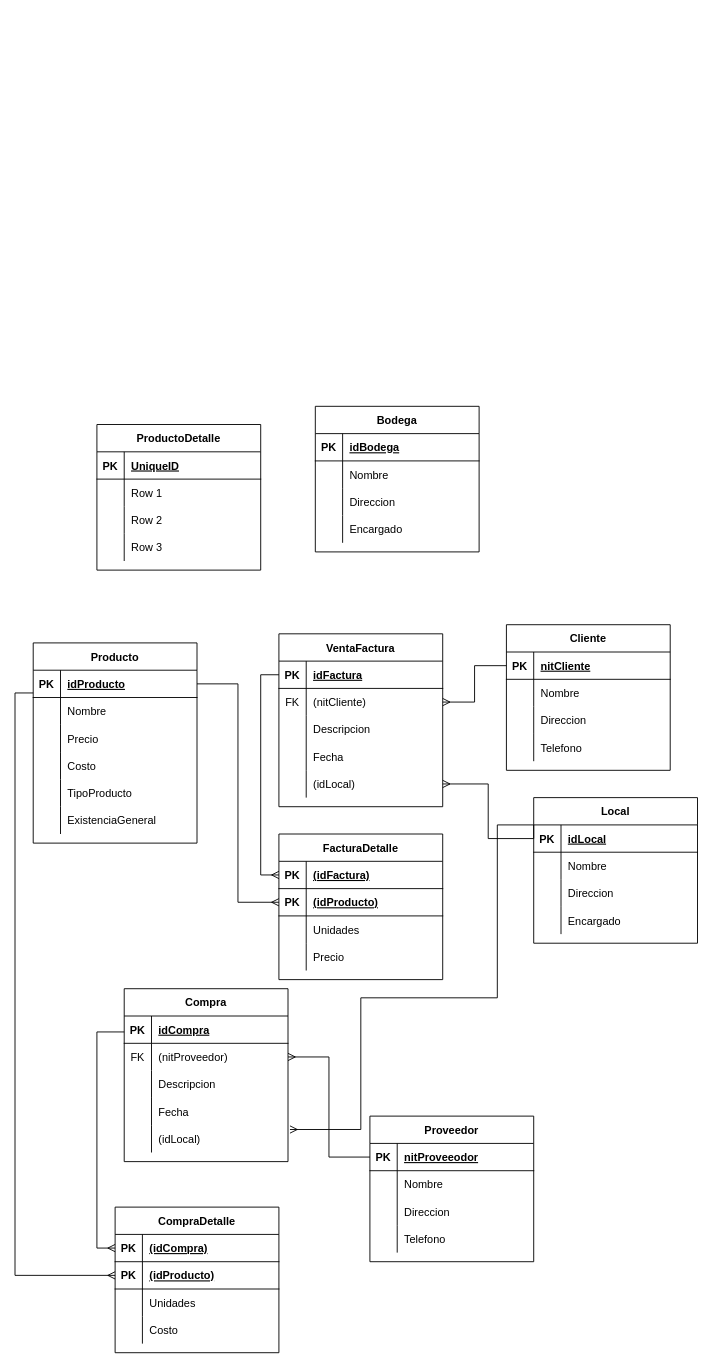
Before: hoja3 (1).drawio in RafaelChocoj/HT3_archiv_ER, a draw.io diagram. Source tidied: cells renumbered, new cells numbered last; positions are measured from the earlier drawing's top-left corner, leaving out a move shared by most shapes. Both pictures are drawn from the tidied source at 91%, with x=0, y=0 at pixel (33, 406).
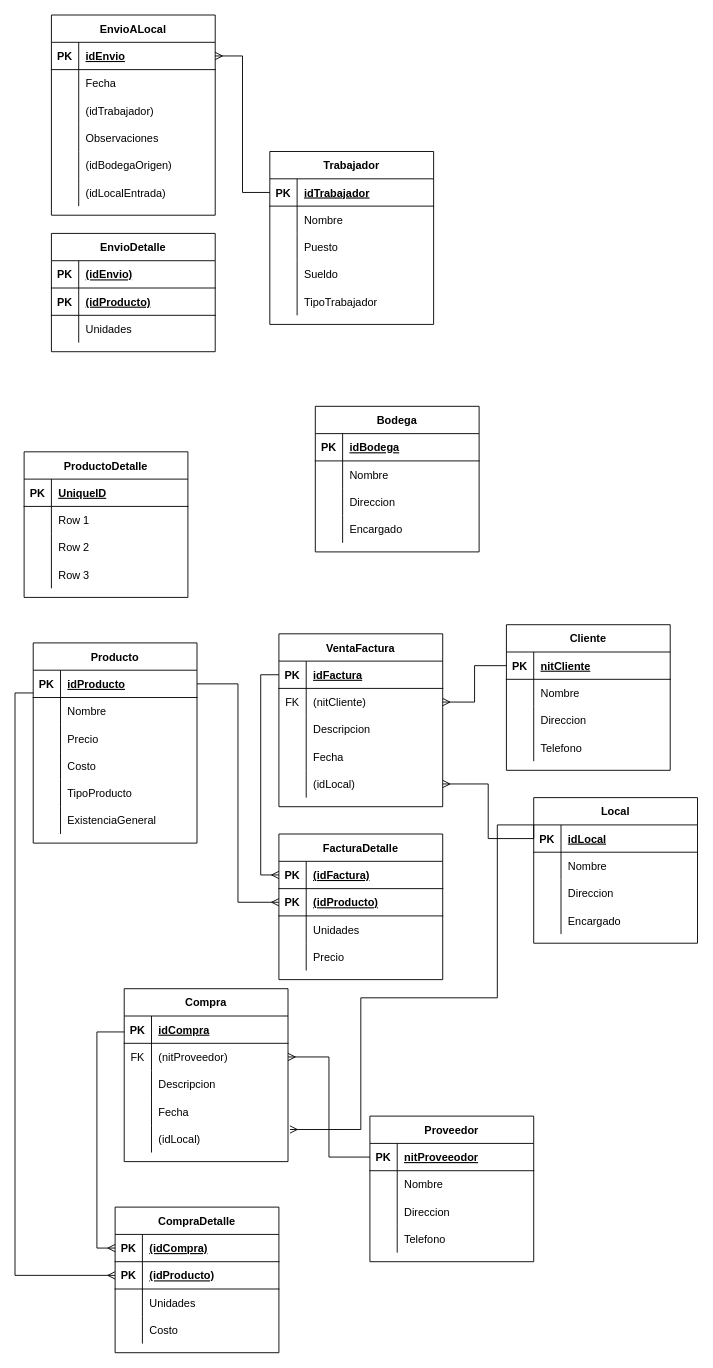
The same diagram, later.

Change to the diagram source:
```diff
@@
+    <mxCell id="139" value="Bodega" style="shape=table;startSize=30;childLayout=tableLayout;rowLines=0;fontStyle=1;align=center;" parent="1" vertex="1">
+      <mxGeometry x="310" width="180" height="160" as="geometry" />
+    </mxCell>
+    <mxCell id="140" style="shape=partialRectangle;fillColor=none;top=0;left=0;bottom=1;right=0;" parent="139" vertex="1">
+      <mxGeometry y="30" width="180" height="30" as="geometry" />
+    </mxCell>
+    <mxCell id="141" value="PK" style="shape=partialRectangle;fillColor=none;top=0;left=0;bottom=0;right=0;fontStyle=1;overflow=hidden;" parent="140" vertex="1">
+      <mxGeometry width="30" height="30" as="geometry" />
+    </mxCell>
+    <mxCell id="142" value="idBodega" style="shape=partialRectangle;fillColor=none;top=0;left=0;bottom=0;right=0;align=left;spacingLeft=6;fontStyle=5;overflow=hidden;" parent="140" vertex="1">
+      <mxGeometry x="30" width="150" height="30" as="geometry" />
+    </mxCell>
+    <mxCell id="143" style="shape=partialRectangle;fillColor=none;top=0;left=0;bottom=0;right=0;" parent="139" vertex="1">
+      <mxGeometry y="60" width="180" height="30" as="geometry" />
+    </mxCell>
+    <mxCell id="144" style="shape=partialRectangle;fillColor=none;top=0;left=0;bottom=0;right=0;overflow=hidden;" parent="143" vertex="1">
+      <mxGeometry width="30" height="30" as="geometry" />
+    </mxCell>
+    <mxCell id="145" value="Nombre" style="shape=partialRectangle;fillColor=none;top=0;left=0;bottom=0;right=0;align=left;spacingLeft=6;overflow=hidden;" parent="143" vertex="1">
+      <mxGeometry x="30" width="150" height="30" as="geometry" />
+    </mxCell>
+    <mxCell id="146" style="shape=partialRectangle;fillColor=none;top=0;left=0;bottom=0;right=0;" parent="139" vertex="1">
+      <mxGeometry y="90" width="180" height="30" as="geometry" />
+    </mxCell>
+    <mxCell id="147" style="shape=partialRectangle;fillColor=none;top=0;left=0;bottom=0;right=0;overflow=hidden;" parent="146" vertex="1">
+      <mxGeometry width="30" height="30" as="geometry" />
+    </mxCell>
+    <mxCell id="148" value="Direccion" style="shape=partialRectangle;fillColor=none;top=0;left=0;bottom=0;right=0;align=left;spacingLeft=6;overflow=hidden;" parent="146" vertex="1">
+      <mxGeometry x="30" width="150" height="30" as="geometry" />
+    </mxCell>
+    <mxCell id="149" style="shape=partialRectangle;fillColor=none;top=0;left=0;bottom=0;right=0;" parent="139" vertex="1">
+      <mxGeometry y="120" width="180" height="30" as="geometry" />
+    </mxCell>
+    <mxCell id="150" style="shape=partialRectangle;fillColor=none;top=0;left=0;bottom=0;right=0;overflow=hidden;" parent="149" vertex="1">
+      <mxGeometry width="30" height="30" as="geometry" />
+    </mxCell>
+    <mxCell id="151" value="Encargado" style="shape=partialRectangle;fillColor=none;top=0;left=0;bottom=0;right=0;align=left;spacingLeft=6;overflow=hidden;" parent="149" vertex="1">
+      <mxGeometry x="30" width="150" height="30" as="geometry" />
+    </mxCell>
     <mxCell id="126" value="ProductoDetalle" style="shape=table;startSize=30;childLayout=tableLayout;rowLines=0;fontStyle=1;align=center;" parent="1" vertex="1">
-      <mxGeometry x="70" y="20" width="180" height="160" as="geometry" />
+      <mxGeometry x="-10" y="50" width="180" height="160" as="geometry" />
     </mxCell>
@@
-    <mxCell id="139" value="Bodega" style="shape=table;startSize=30;childLayout=tableLayout;rowLines=0;fontStyle=1;align=center;" parent="1" vertex="1">
-      <mxGeometry x="310" width="180" height="160" as="geometry" />
-    </mxCell>
-    <mxCell id="140" style="shape=partialRectangle;fillColor=none;top=0;left=0;bottom=1;right=0;" parent="139" vertex="1">
-      <mxGeometry y="30" width="180" height="30" as="geometry" />
-    </mxCell>
-    <mxCell id="141" value="PK" style="shape=partialRectangle;fillColor=none;top=0;left=0;bottom=0;right=0;fontStyle=1;overflow=hidden;" parent="140" vertex="1">
-      <mxGeometry width="30" height="30" as="geometry" />
-    </mxCell>
-    <mxCell id="142" value="idBodega" style="shape=partialRectangle;fillColor=none;top=0;left=0;bottom=0;right=0;align=left;spacingLeft=6;fontStyle=5;overflow=hidden;" parent="140" vertex="1">
-      <mxGeometry x="30" width="150" height="30" as="geometry" />
-    </mxCell>
-    <mxCell id="143" style="shape=partialRectangle;fillColor=none;top=0;left=0;bottom=0;right=0;" parent="139" vertex="1">
-      <mxGeometry y="60" width="180" height="30" as="geometry" />
-    </mxCell>
-    <mxCell id="144" style="shape=partialRectangle;fillColor=none;top=0;left=0;bottom=0;right=0;overflow=hidden;" parent="143" vertex="1">
-      <mxGeometry width="30" height="30" as="geometry" />
-    </mxCell>
-    <mxCell id="145" value="Nombre" style="shape=partialRectangle;fillColor=none;top=0;left=0;bottom=0;right=0;align=left;spacingLeft=6;overflow=hidden;" parent="143" vertex="1">
-      <mxGeometry x="30" width="150" height="30" as="geometry" />
-    </mxCell>
-    <mxCell id="146" style="shape=partialRectangle;fillColor=none;top=0;left=0;bottom=0;right=0;" parent="139" vertex="1">
-      <mxGeometry y="90" width="180" height="30" as="geometry" />
-    </mxCell>
-    <mxCell id="147" style="shape=partialRectangle;fillColor=none;top=0;left=0;bottom=0;right=0;overflow=hidden;" parent="146" vertex="1">
-      <mxGeometry width="30" height="30" as="geometry" />
-    </mxCell>
-    <mxCell id="148" value="Direccion" style="shape=partialRectangle;fillColor=none;top=0;left=0;bottom=0;right=0;align=left;spacingLeft=6;overflow=hidden;" parent="146" vertex="1">
-      <mxGeometry x="30" width="150" height="30" as="geometry" />
-    </mxCell>
-    <mxCell id="149" style="shape=partialRectangle;fillColor=none;top=0;left=0;bottom=0;right=0;" parent="139" vertex="1">
-      <mxGeometry y="120" width="180" height="30" as="geometry" />
-    </mxCell>
-    <mxCell id="150" style="shape=partialRectangle;fillColor=none;top=0;left=0;bottom=0;right=0;overflow=hidden;" parent="149" vertex="1">
-      <mxGeometry width="30" height="30" as="geometry" />
-    </mxCell>
-    <mxCell id="151" value="Encargado" style="shape=partialRectangle;fillColor=none;top=0;left=0;bottom=0;right=0;align=left;spacingLeft=6;overflow=hidden;" parent="149" vertex="1">
-      <mxGeometry x="30" width="150" height="30" as="geometry" />
-    </mxCell>
+    <mxCell id="152" value="Trabajador" style="shape=table;startSize=30;childLayout=tableLayout;rowLines=0;fontStyle=1;align=center;" parent="1" vertex="1">
+      <mxGeometry x="260" y="-280" width="180" height="190" as="geometry" />
+    </mxCell>
+    <mxCell id="153" style="shape=partialRectangle;fillColor=none;top=0;left=0;bottom=1;right=0;points=[[0,0.5],[1,0.5]];portConstraint=eastwest;" parent="152" vertex="1">
+      <mxGeometry y="30" width="180" height="30" as="geometry" />
+    </mxCell>
+    <mxCell id="154" value="PK" style="shape=partialRectangle;fillColor=none;top=0;left=0;bottom=0;right=0;fontStyle=1;overflow=hidden;" parent="153" vertex="1">
+      <mxGeometry width="30" height="30" as="geometry" />
+    </mxCell>
+    <mxCell id="155" value="idTrabajador" style="shape=partialRectangle;fillColor=none;top=0;left=0;bottom=0;right=0;align=left;spacingLeft=6;fontStyle=5;overflow=hidden;" parent="153" vertex="1">
+      <mxGeometry x="30" width="150" height="30" as="geometry" />
+    </mxCell>
+    <mxCell id="156" style="shape=partialRectangle;fillColor=none;top=0;left=0;bottom=0;right=0;" parent="152" vertex="1">
+      <mxGeometry y="60" width="180" height="30" as="geometry" />
+    </mxCell>
+    <mxCell id="157" style="shape=partialRectangle;fillColor=none;top=0;left=0;bottom=0;right=0;overflow=hidden;" parent="156" vertex="1">
+      <mxGeometry width="30" height="30" as="geometry" />
+    </mxCell>
+    <mxCell id="158" value="Nombre" style="shape=partialRectangle;fillColor=none;top=0;left=0;bottom=0;right=0;align=left;spacingLeft=6;overflow=hidden;" parent="156" vertex="1">
+      <mxGeometry x="30" width="150" height="30" as="geometry" />
+    </mxCell>
+    <mxCell id="159" style="shape=partialRectangle;fillColor=none;top=0;left=0;bottom=0;right=0;" parent="152" vertex="1">
+      <mxGeometry y="90" width="180" height="30" as="geometry" />
+    </mxCell>
+    <mxCell id="160" style="shape=partialRectangle;fillColor=none;top=0;left=0;bottom=0;right=0;overflow=hidden;" parent="159" vertex="1">
+      <mxGeometry width="30" height="30" as="geometry" />
+    </mxCell>
+    <mxCell id="161" value="Puesto" style="shape=partialRectangle;fillColor=none;top=0;left=0;bottom=0;right=0;align=left;spacingLeft=6;overflow=hidden;" parent="159" vertex="1">
+      <mxGeometry x="30" width="150" height="30" as="geometry" />
+    </mxCell>
+    <mxCell id="162" style="shape=partialRectangle;fillColor=none;top=0;left=0;bottom=0;right=0;" parent="152" vertex="1">
+      <mxGeometry y="120" width="180" height="30" as="geometry" />
+    </mxCell>
+    <mxCell id="163" style="shape=partialRectangle;fillColor=none;top=0;left=0;bottom=0;right=0;overflow=hidden;" parent="162" vertex="1">
+      <mxGeometry width="30" height="30" as="geometry" />
+    </mxCell>
+    <mxCell id="164" value="Sueldo" style="shape=partialRectangle;fillColor=none;top=0;left=0;bottom=0;right=0;align=left;spacingLeft=6;overflow=hidden;" parent="162" vertex="1">
+      <mxGeometry x="30" width="150" height="30" as="geometry" />
+    </mxCell>
+    <mxCell id="165" style="shape=partialRectangle;fillColor=none;top=0;left=0;bottom=0;right=0;" parent="152" vertex="1">
+      <mxGeometry y="150" width="180" height="30" as="geometry" />
+    </mxCell>
+    <mxCell id="166" style="shape=partialRectangle;fillColor=none;top=0;left=0;bottom=0;right=0;overflow=hidden;" parent="165" vertex="1">
+      <mxGeometry width="30" height="30" as="geometry" />
+    </mxCell>
+    <mxCell id="167" value="TipoTrabajador" style="shape=partialRectangle;fillColor=none;top=0;left=0;bottom=0;right=0;align=left;spacingLeft=6;overflow=hidden;" parent="165" vertex="1">
+      <mxGeometry x="30" width="150" height="30" as="geometry" />
+    </mxCell>
+    <mxCell id="168" style="edgeStyle=orthogonalEdgeStyle;rounded=0;jettySize=auto;html=1;exitX=0;exitY=0.5;exitDx=0;exitDy=0;entryX=1;entryY=0.5;entryDx=0;entryDy=0;endArrow=ERmany;endFill=0;" parent="1" edge="1" source="153" target="180">
+      <mxGeometry relative="1" as="geometry" />
+    </mxCell>
+    <mxCell id="169" value="EnvioDetalle" style="shape=table;startSize=30;childLayout=tableLayout;rowLines=0;fontStyle=1;align=center;" parent="1" vertex="1">
+      <mxGeometry x="20" y="-190" width="180" height="130" as="geometry" />
+    </mxCell>
+    <mxCell id="170" style="shape=partialRectangle;fillColor=none;top=0;left=0;bottom=1;right=0;" parent="169" vertex="1">
+      <mxGeometry y="30" width="180" height="30" as="geometry" />
+    </mxCell>
+    <mxCell id="171" value="PK" style="shape=partialRectangle;fillColor=none;top=0;left=0;bottom=0;right=0;fontStyle=1;overflow=hidden;" parent="170" vertex="1">
+      <mxGeometry width="30" height="30" as="geometry" />
+    </mxCell>
+    <mxCell id="172" value="(idEnvio)" style="shape=partialRectangle;fillColor=none;top=0;left=0;bottom=0;right=0;align=left;spacingLeft=6;fontStyle=5;overflow=hidden;" parent="170" vertex="1">
+      <mxGeometry x="30" width="150" height="30" as="geometry" />
+    </mxCell>
+    <mxCell id="173" style="shape=partialRectangle;fillColor=none;top=0;left=0;bottom=1;right=0;" parent="169" vertex="1">
+      <mxGeometry y="60" width="180" height="30" as="geometry" />
+    </mxCell>
+    <mxCell id="174" value="PK" style="shape=partialRectangle;fillColor=none;top=0;left=0;bottom=0;right=0;fontStyle=1;overflow=hidden;" parent="173" vertex="1">
+      <mxGeometry width="30" height="30" as="geometry" />
+    </mxCell>
+    <mxCell id="175" value="(idProducto)" style="shape=partialRectangle;fillColor=none;top=0;left=0;bottom=0;right=0;align=left;spacingLeft=6;fontStyle=5;overflow=hidden;" parent="173" vertex="1">
+      <mxGeometry x="30" width="150" height="30" as="geometry" />
+    </mxCell>
+    <mxCell id="176" style="shape=partialRectangle;fillColor=none;top=0;left=0;bottom=0;right=0;" parent="169" vertex="1">
+      <mxGeometry y="90" width="180" height="30" as="geometry" />
+    </mxCell>
+    <mxCell id="177" style="shape=partialRectangle;fillColor=none;top=0;left=0;bottom=0;right=0;overflow=hidden;" parent="176" vertex="1">
+      <mxGeometry width="30" height="30" as="geometry" />
+    </mxCell>
+    <mxCell id="178" value="Unidades" style="shape=partialRectangle;fillColor=none;top=0;left=0;bottom=0;right=0;align=left;spacingLeft=6;overflow=hidden;" parent="176" vertex="1">
+      <mxGeometry x="30" width="150" height="30" as="geometry" />
+    </mxCell>
+    <mxCell id="179" value="EnvioALocal" style="shape=table;startSize=30;childLayout=tableLayout;rowLines=0;fontStyle=1;align=center;" parent="1" vertex="1">
+      <mxGeometry x="20" y="-430" width="180" height="220" as="geometry" />
+    </mxCell>
+    <mxCell id="180" style="shape=partialRectangle;fillColor=none;top=0;left=0;bottom=1;right=0;points=[[0,0.5],[1,0.5]];portConstraint=eastwest;" parent="179" vertex="1">
+      <mxGeometry y="30" width="180" height="30" as="geometry" />
+    </mxCell>
+    <mxCell id="181" value="PK" style="shape=partialRectangle;fillColor=none;top=0;left=0;bottom=0;right=0;fontStyle=1;overflow=hidden;" parent="180" vertex="1">
+      <mxGeometry width="30" height="30" as="geometry" />
+    </mxCell>
+    <mxCell id="182" value="idEnvio" style="shape=partialRectangle;fillColor=none;top=0;left=0;bottom=0;right=0;align=left;spacingLeft=6;fontStyle=5;overflow=hidden;" parent="180" vertex="1">
+      <mxGeometry x="30" width="150" height="30" as="geometry" />
+    </mxCell>
+    <mxCell id="183" style="shape=partialRectangle;fillColor=none;top=0;left=0;bottom=0;right=0;" parent="179" vertex="1">
+      <mxGeometry y="60" width="180" height="30" as="geometry" />
+    </mxCell>
+    <mxCell id="184" style="shape=partialRectangle;fillColor=none;top=0;left=0;bottom=0;right=0;overflow=hidden;" parent="183" vertex="1">
+      <mxGeometry width="30" height="30" as="geometry" />
+    </mxCell>
+    <mxCell id="185" value="Fecha" style="shape=partialRectangle;fillColor=none;top=0;left=0;bottom=0;right=0;align=left;spacingLeft=6;overflow=hidden;" parent="183" vertex="1">
+      <mxGeometry x="30" width="150" height="30" as="geometry" />
+    </mxCell>
+    <mxCell id="186" style="shape=partialRectangle;fillColor=none;top=0;left=0;bottom=0;right=0;" parent="179" vertex="1">
+      <mxGeometry y="90" width="180" height="30" as="geometry" />
+    </mxCell>
+    <mxCell id="187" style="shape=partialRectangle;fillColor=none;top=0;left=0;bottom=0;right=0;overflow=hidden;" parent="186" vertex="1">
+      <mxGeometry width="30" height="30" as="geometry" />
+    </mxCell>
+    <mxCell id="188" value="(idTrabajador)" style="shape=partialRectangle;fillColor=none;top=0;left=0;bottom=0;right=0;align=left;spacingLeft=6;overflow=hidden;" parent="186" vertex="1">
+      <mxGeometry x="30" width="150" height="30" as="geometry" />
+    </mxCell>
+    <mxCell id="189" style="shape=partialRectangle;fillColor=none;top=0;left=0;bottom=0;right=0;" parent="179" vertex="1">
+      <mxGeometry y="120" width="180" height="30" as="geometry" />
+    </mxCell>
+    <mxCell id="190" style="shape=partialRectangle;fillColor=none;top=0;left=0;bottom=0;right=0;overflow=hidden;" parent="189" vertex="1">
+      <mxGeometry width="30" height="30" as="geometry" />
+    </mxCell>
+    <mxCell id="191" value="Observaciones" style="shape=partialRectangle;fillColor=none;top=0;left=0;bottom=0;right=0;align=left;spacingLeft=6;overflow=hidden;" parent="189" vertex="1">
+      <mxGeometry x="30" width="150" height="30" as="geometry" />
+    </mxCell>
+    <mxCell id="192" style="shape=partialRectangle;fillColor=none;top=0;left=0;bottom=0;right=0;" parent="179" vertex="1">
+      <mxGeometry y="150" width="180" height="30" as="geometry" />
+    </mxCell>
+    <mxCell id="193" style="shape=partialRectangle;fillColor=none;top=0;left=0;bottom=0;right=0;overflow=hidden;" parent="192" vertex="1">
+      <mxGeometry width="30" height="30" as="geometry" />
+    </mxCell>
+    <mxCell id="194" value="(idBodegaOrigen)" style="shape=partialRectangle;fillColor=none;top=0;left=0;bottom=0;right=0;align=left;spacingLeft=6;overflow=hidden;" parent="192" vertex="1">
+      <mxGeometry x="30" width="150" height="30" as="geometry" />
+    </mxCell>
+    <mxCell id="195" style="shape=partialRectangle;fillColor=none;top=0;left=0;bottom=0;right=0;" parent="179" vertex="1">
+      <mxGeometry y="180" width="180" height="30" as="geometry" />
+    </mxCell>
+    <mxCell id="196" style="shape=partialRectangle;fillColor=none;top=0;left=0;bottom=0;right=0;overflow=hidden;" parent="195" vertex="1">
+      <mxGeometry width="30" height="30" as="geometry" />
+    </mxCell>
+    <mxCell id="197" value="(idLocalEntrada)" style="shape=partialRectangle;fillColor=none;top=0;left=0;bottom=0;right=0;align=left;spacingLeft=6;overflow=hidden;" parent="195" vertex="1">
+      <mxGeometry x="30" width="150" height="30" as="geometry" />
+    </mxCell>
```
